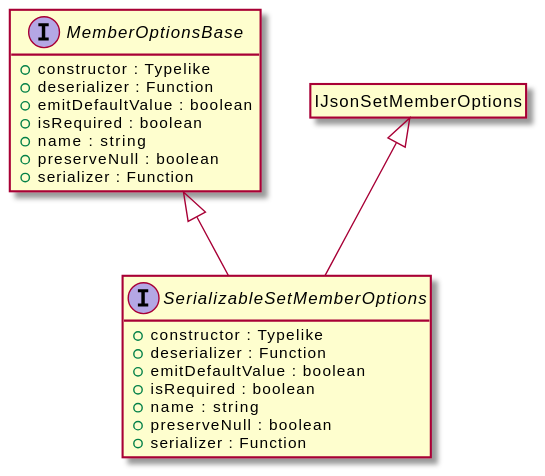
The PlantUML diagram assets/SerializableSetMemberOptions-umlClassDiagram-4450.svg in OpenHPS/openhps-core, before a commit. Its diagram source:
```plantuml
@startuml
skinparam BackgroundColor transparent
hide empty methods
hide empty fields
interface "SerializableSetMemberOptions" {
    +constructor : Typelike
    +deserializer : Function
    +emitDefaultValue : boolean
    +isRequired : boolean
    +name : string
    +preserveNull : boolean
    +serializer : Function
}
interface "MemberOptionsBase" {
    +constructor : Typelike
    +deserializer : Function
    +emitDefaultValue : boolean
    +isRequired : boolean
    +name : string
    +preserveNull : boolean
    +serializer : Function
}
"MemberOptionsBase" <|-- "SerializableSetMemberOptions"
class "IJsonSetMemberOptions"
hide "IJsonSetMemberOptions" circle
"IJsonSetMemberOptions" <|-- "SerializableSetMemberOptions"
@enduml
```
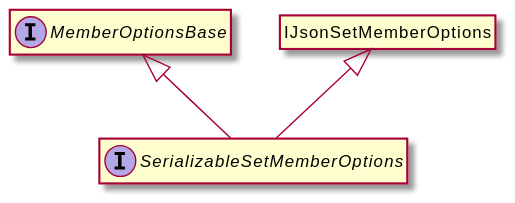
After the commit.

Change to the diagram source:
```diff
@@ -3,22 +3,8 @@
 hide empty methods
 hide empty fields
 interface "SerializableSetMemberOptions" {
-    +constructor : Typelike
-    +deserializer : Function
-    +emitDefaultValue : boolean
-    +isRequired : boolean
-    +name : string
-    +preserveNull : boolean
-    +serializer : Function
 }
 interface "MemberOptionsBase" {
-    +constructor : Typelike
-    +deserializer : Function
-    +emitDefaultValue : boolean
-    +isRequired : boolean
-    +name : string
-    +preserveNull : boolean
-    +serializer : Function
 }
 "MemberOptionsBase" <|-- "SerializableSetMemberOptions"
 class "IJsonSetMemberOptions"
```
